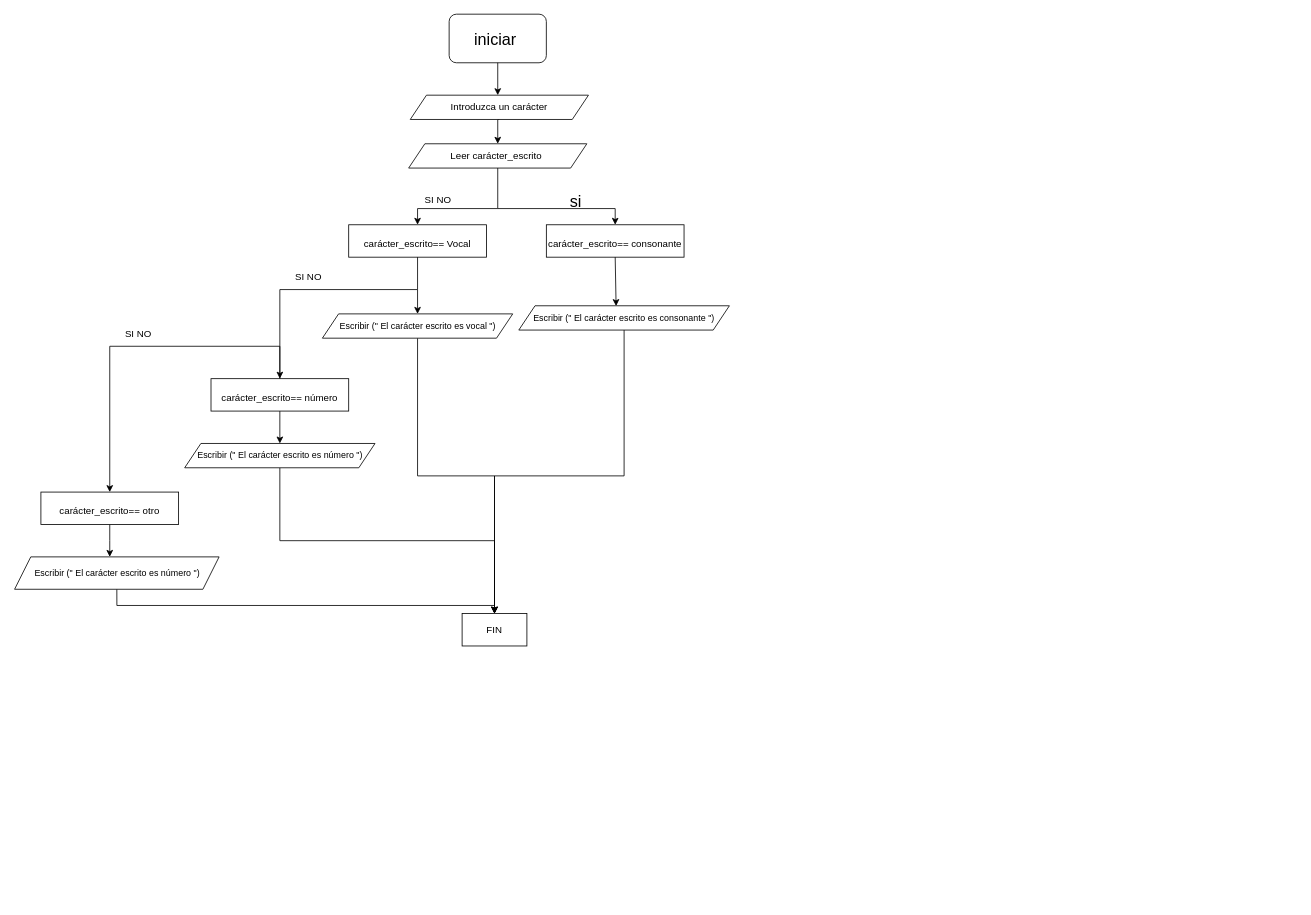
Before: Diagrama sin título.drawio in rreynarive/Templates, a draw.io diagram. Source tidied: cells renumbered, new cells numbered last; positions are measured from the earlier drawing's top-left corner, leaving out a move shared by most shapes. Both pictures are drawn from the tidied source at 81%, with x=0, y=0 at pixel (15, 14).
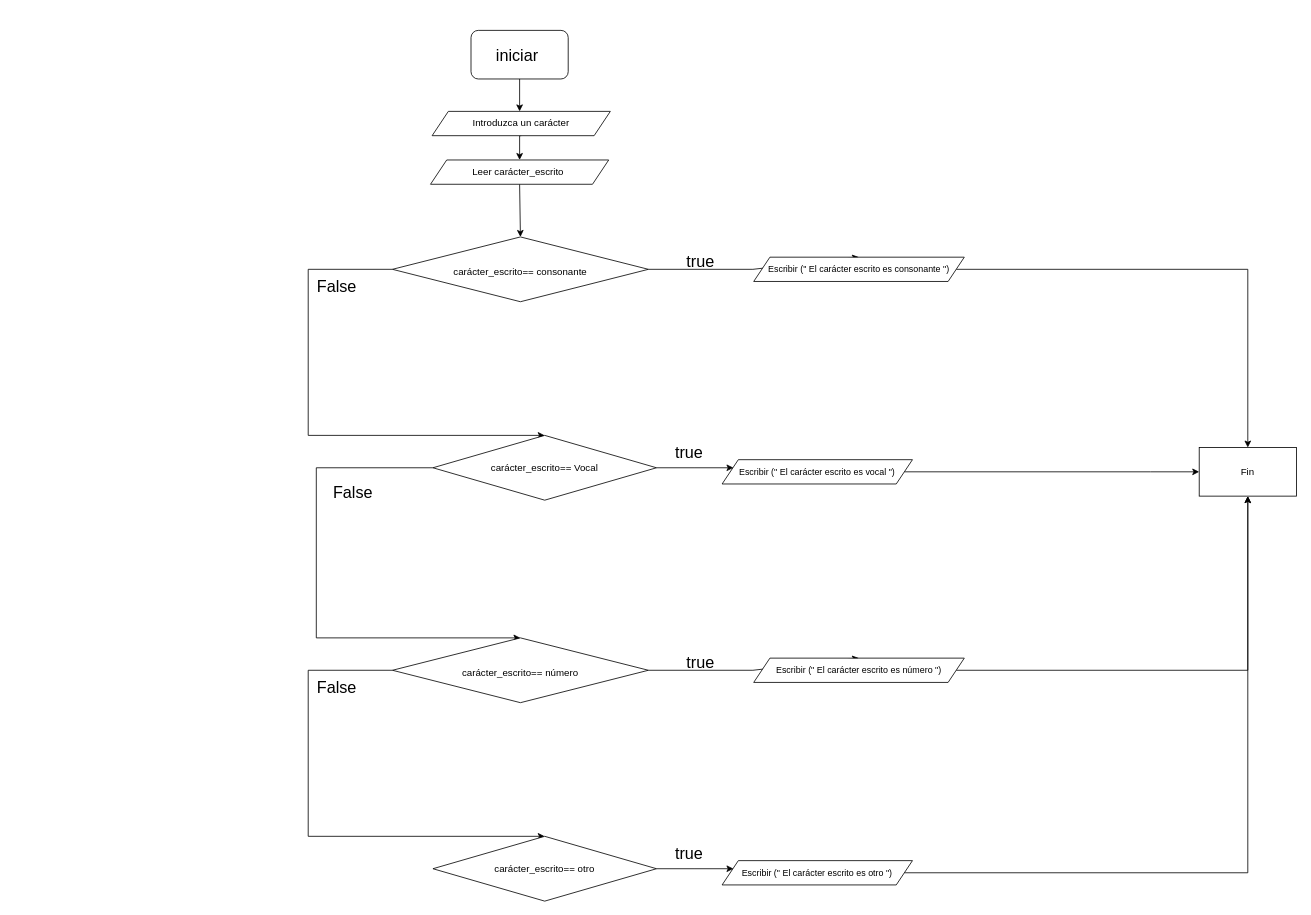
The same diagram, later.

Diff of the diagram source:
```diff
@@
+    <mxCell id="33" style="edgeStyle=orthogonalEdgeStyle;rounded=0;jettySize=auto;html=1;exitX=0;exitY=0.5;exitDx=0;exitDy=0;entryX=0.5;entryY=0;entryDx=0;entryDy=0;" parent="1" edge="1" source="7" target="15">
+      <mxGeometry relative="1" as="geometry">
+        <Array as="points">
+          <mxPoint x="362" y="315" />
+          <mxPoint x="362" y="520" />
+        </Array>
+      </mxGeometry>
+    </mxCell>
+    <mxCell id="7" value="&lt;span style=&quot;font-size: 12px;&quot;&gt;carácter_escrito== consonante&lt;/span&gt;" style="rhombus;whiteSpace=wrap;html=1;fontSize=20;" parent="1" vertex="1">
+      <mxGeometry x="466" y="275" width="316" height="80" as="geometry" />
+    </mxCell>
+    <mxCell id="8" style="endArrow=classic;html=1;rounded=0;fontSize=20;entryX=0.5;entryY=0;entryDx=0;entryDy=0;exitX=0.5;exitY=1;exitDx=0;exitDy=0;" parent="1" edge="1" source="9" target="7">
+      <mxGeometry relative="1" as="geometry" />
+    </mxCell>
+    <mxCell id="13" style="endArrow=classic;html=1;rounded=0;fontSize=20;exitX=1;exitY=0.5;exitDx=0;exitDy=0;entryX=0.5;entryY=0;entryDx=0;entryDy=0;" parent="1" edge="1" source="7" target="12">
+      <mxGeometry relative="1" as="geometry">
+        <Array as="points">
+          <mxPoint x="911" y="315" />
+        </Array>
+      </mxGeometry>
+    </mxCell>
+    <mxCell id="34" value="true" style="text;html=1;align=center;verticalAlign=middle;strokeColor=none;fillColor=none;fontSize=20;" parent="1" vertex="1">
+      <mxGeometry x="816" y="285" width="60" height="40" as="geometry" />
+    </mxCell>
+    <mxCell id="35" value="False" style="text;html=1;align=center;verticalAlign=middle;strokeColor=none;fillColor=none;fontSize=20;" parent="1" vertex="1">
+      <mxGeometry x="362" y="315" width="70" height="40" as="geometry" />
+    </mxCell>
+    <mxCell id="36" style="edgeStyle=orthogonalEdgeStyle;rounded=0;jettySize=auto;html=1;exitX=1;exitY=0.5;exitDx=0;exitDy=0;" parent="1" edge="1" source="12" target="52">
+      <mxGeometry relative="1" as="geometry" />
+    </mxCell>
+    <mxCell id="12" value="&lt;font style=&quot;font-size: 11px;&quot;&gt;Escribir (&quot; El carácter escrito es consonante &quot;)&lt;/font&gt;" style="shape=parallelogram;perimeter=parallelogramPerimeter;whiteSpace=wrap;html=1;fixedSize=1;" parent="1" vertex="1">
+      <mxGeometry x="912" y="300" width="260" height="30" as="geometry" />
+    </mxCell>
+    <mxCell id="37" style="edgeStyle=orthogonalEdgeStyle;rounded=0;jettySize=auto;html=1;exitX=1;exitY=0.5;exitDx=0;exitDy=0;entryX=0;entryY=0.5;entryDx=0;entryDy=0;" parent="1" edge="1" source="22" target="52">
+      <mxGeometry relative="1" as="geometry">
+        <Array as="points">
+          <mxPoint x="1402" y="565" />
+        </Array>
+      </mxGeometry>
+    </mxCell>
+    <mxCell id="22" value="&lt;font style=&quot;font-size: 11px;&quot;&gt;Escribir (&quot; El carácter escrito es vocal &quot;)&lt;/font&gt;" style="shape=parallelogram;perimeter=parallelogramPerimeter;whiteSpace=wrap;html=1;fixedSize=1;" parent="1" vertex="1">
+      <mxGeometry x="873" y="550" width="235" height="30" as="geometry" />
+    </mxCell>
+    <mxCell id="38" style="edgeStyle=orthogonalEdgeStyle;rounded=0;jettySize=auto;html=1;exitX=1;exitY=0.5;exitDx=0;exitDy=0;" parent="1" edge="1" source="15">
+      <mxGeometry relative="1" as="geometry">
+        <mxPoint x="887" y="560" as="targetPoint" />
+      </mxGeometry>
+    </mxCell>
+    <mxCell id="23" style="edgeStyle=orthogonalEdgeStyle;rounded=0;jettySize=auto;html=1;exitX=0;exitY=0.5;exitDx=0;exitDy=0;entryX=0.5;entryY=0;entryDx=0;entryDy=0;" parent="1" edge="1" source="15" target="18">
+      <mxGeometry relative="1" as="geometry">
+        <Array as="points">
+          <mxPoint x="372" y="560" />
+          <mxPoint x="372" y="770" />
+        </Array>
+      </mxGeometry>
+    </mxCell>
+    <mxCell id="15" value="carácter_escrito== Vocal" style="rhombus;whiteSpace=wrap;html=1;" parent="1" vertex="1">
+      <mxGeometry x="516" y="520" width="276" height="80" as="geometry" />
+    </mxCell>
+    <mxCell id="39" value="False" style="text;html=1;align=center;verticalAlign=middle;strokeColor=none;fillColor=none;fontSize=20;" parent="1" vertex="1">
+      <mxGeometry x="382" y="570" width="70" height="40" as="geometry" />
+    </mxCell>
+    <mxCell id="40" value="true" style="text;html=1;align=center;verticalAlign=middle;strokeColor=none;fillColor=none;fontSize=20;" parent="1" vertex="1">
+      <mxGeometry x="802" y="520" width="60" height="40" as="geometry" />
+    </mxCell>
+    <mxCell id="27" style="edgeStyle=orthogonalEdgeStyle;rounded=0;jettySize=auto;html=1;exitX=0;exitY=0.5;exitDx=0;exitDy=0;entryX=0.5;entryY=0;entryDx=0;entryDy=0;" parent="1" edge="1" source="18" target="20">
+      <mxGeometry relative="1" as="geometry">
+        <Array as="points">
+          <mxPoint x="362" y="810" />
+          <mxPoint x="362" y="1015" />
+        </Array>
+      </mxGeometry>
+    </mxCell>
+    <mxCell id="18" value="&lt;span style=&quot;font-size: 12px;&quot;&gt;carácter_escrito== número&lt;/span&gt;" style="rhombus;whiteSpace=wrap;html=1;fontSize=20;" parent="1" vertex="1">
+      <mxGeometry x="466" y="770" width="316" height="80" as="geometry" />
+    </mxCell>
+    <mxCell id="41" style="endArrow=classic;html=1;rounded=0;fontSize=20;exitX=1;exitY=0.5;exitDx=0;exitDy=0;entryX=0.5;entryY=0;entryDx=0;entryDy=0;" parent="1" edge="1" source="18" target="45">
+      <mxGeometry relative="1" as="geometry">
+        <Array as="points">
+          <mxPoint x="911" y="810" />
+        </Array>
+      </mxGeometry>
+    </mxCell>
+    <mxCell id="42" value="true" style="text;html=1;align=center;verticalAlign=middle;strokeColor=none;fillColor=none;fontSize=20;" parent="1" vertex="1">
+      <mxGeometry x="816" y="780" width="60" height="40" as="geometry" />
+    </mxCell>
+    <mxCell id="43" value="False" style="text;html=1;align=center;verticalAlign=middle;strokeColor=none;fillColor=none;fontSize=20;" parent="1" vertex="1">
+      <mxGeometry x="362" y="810" width="70" height="40" as="geometry" />
+    </mxCell>
+    <mxCell id="44" style="edgeStyle=orthogonalEdgeStyle;rounded=0;jettySize=auto;html=1;exitX=1;exitY=0.5;exitDx=0;exitDy=0;entryX=0.5;entryY=1;entryDx=0;entryDy=0;" parent="1" edge="1" source="45" target="52">
+      <mxGeometry relative="1" as="geometry" />
+    </mxCell>
+    <mxCell id="45" value="&lt;font style=&quot;font-size: 11px;&quot;&gt;Escribir (&quot; El carácter escrito es número &quot;)&lt;/font&gt;" style="shape=parallelogram;perimeter=parallelogramPerimeter;whiteSpace=wrap;html=1;fixedSize=1;" parent="1" vertex="1">
+      <mxGeometry x="912" y="795" width="260" height="30" as="geometry" />
+    </mxCell>
+    <mxCell id="46" style="edgeStyle=orthogonalEdgeStyle;rounded=0;jettySize=auto;html=1;exitX=1;exitY=0.5;exitDx=0;exitDy=0;entryX=0.5;entryY=1;entryDx=0;entryDy=0;" parent="1" edge="1" source="47" target="52">
+      <mxGeometry relative="1" as="geometry" />
+    </mxCell>
+    <mxCell id="47" value="&lt;font style=&quot;font-size: 11px;&quot;&gt;Escribir (&quot; El carácter escrito es otro &quot;)&lt;/font&gt;" style="shape=parallelogram;perimeter=parallelogramPerimeter;whiteSpace=wrap;html=1;fixedSize=1;" parent="1" vertex="1">
+      <mxGeometry x="873" y="1045" width="235" height="30" as="geometry" />
+    </mxCell>
+    <mxCell id="48" style="edgeStyle=orthogonalEdgeStyle;rounded=0;jettySize=auto;html=1;exitX=1;exitY=0.5;exitDx=0;exitDy=0;" parent="1" edge="1" source="20">
+      <mxGeometry relative="1" as="geometry">
+        <mxPoint x="887" y="1055" as="targetPoint" />
+      </mxGeometry>
+    </mxCell>
+    <mxCell id="20" value="carácter_escrito== otro" style="rhombus;whiteSpace=wrap;html=1;" parent="1" vertex="1">
+      <mxGeometry x="516" y="1015" width="276" height="80" as="geometry" />
+    </mxCell>
+    <mxCell id="49" value="true" style="text;html=1;align=center;verticalAlign=middle;strokeColor=none;fillColor=none;fontSize=20;" parent="1" vertex="1">
+      <mxGeometry x="802" y="1015" width="60" height="40" as="geometry" />
+    </mxCell>
     <mxCell id="2" value="&lt;font style=&quot;font-size: 20px;&quot;&gt;iniciar&amp;nbsp;&lt;/font&gt;" style="rounded=1;whiteSpace=wrap;html=1;" parent="1" vertex="1">
-      <mxGeometry x="536" width="120" height="60" as="geometry" />
+      <mxGeometry x="563" y="20" width="120" height="60" as="geometry" />
     </mxCell>
-    <mxCell id="3" style="endArrow=classic;html=1;rounded=0;fontSize=20;exitX=0.5;exitY=1;exitDx=0;exitDy=0;" parent="1" edge="1" source="2">
-      <mxGeometry relative="1" as="geometry">
-        <mxPoint x="596" y="100" as="targetPoint" />
-      </mxGeometry>
-    </mxCell>
+    <mxCell id="50" style="endArrow=classic;html=1;rounded=0;fontSize=20;exitX=0.5;exitY=1;exitDx=0;exitDy=0;" parent="1" edge="1" source="2">
+      <mxGeometry relative="1" as="geometry">
+        <mxPoint x="623" y="120" as="targetPoint" />
+      </mxGeometry>
+    </mxCell>
@@
     <mxCell id="5" value="Introduzca un carácter" style="shape=parallelogram;perimeter=parallelogramPerimeter;whiteSpace=wrap;html=1;fixedSize=1;" parent="1" vertex="1">
-      <mxGeometry x="488" y="100" width="220" height="30" as="geometry" />
+      <mxGeometry x="515" y="120" width="220" height="30" as="geometry" />
     </mxCell>
-    <mxCell id="6" style="endArrow=classic;html=1;rounded=0;fontSize=20;startArrow=none;" parent="1" edge="1" source="9">
-      <mxGeometry relative="1" as="geometry">
-        <mxPoint x="594" y="170" as="targetPoint" />
-      </mxGeometry>
-    </mxCell>
-    <mxCell id="7" value="&lt;font style=&quot;font-size: 12px;&quot;&gt;carácter_escrito== consonante&lt;/font&gt;" style="rounded=0;whiteSpace=wrap;html=1;fontSize=20;" parent="1" vertex="1">
-      <mxGeometry x="656" y="260" width="170" height="40" as="geometry" />
-    </mxCell>
-    <mxCell id="8" style="endArrow=classic;html=1;rounded=0;fontSize=20;entryX=0.5;entryY=0;entryDx=0;entryDy=0;exitX=0.5;exitY=1;exitDx=0;exitDy=0;" parent="1" edge="1" source="9" target="7">
-      <mxGeometry relative="1" as="geometry">
-        <Array as="points">
-          <mxPoint x="596" y="240" />
-          <mxPoint x="741" y="240" />
-        </Array>
-      </mxGeometry>
-    </mxCell>
+    <mxCell id="51" style="endArrow=classic;html=1;rounded=0;fontSize=20;startArrow=none;" parent="1" edge="1" source="9">
+      <mxGeometry relative="1" as="geometry">
+        <mxPoint x="621" y="190" as="targetPoint" />
+      </mxGeometry>
+    </mxCell>
     <mxCell id="9" value="Leer carácter_escrito&amp;nbsp;" style="shape=parallelogram;perimeter=parallelogramPerimeter;whiteSpace=wrap;html=1;fixedSize=1;" parent="1" vertex="1">
-      <mxGeometry x="486" y="160" width="220" height="30" as="geometry" />
+      <mxGeometry x="513" y="180" width="220" height="30" as="geometry" />
     </mxCell>
-    <mxCell id="10" value="&lt;font style=&quot;font-size: 20px;&quot;&gt;si&lt;/font&gt;" style="text;html=1;align=center;verticalAlign=middle;strokeColor=none;fillColor=none;" parent="1" vertex="1">
-      <mxGeometry x="672" y="210" width="40" height="40" as="geometry" />
-    </mxCell>
-    <mxCell id="11" style="edgeStyle=orthogonalEdgeStyle;rounded=0;jettySize=auto;html=1;exitX=0.5;exitY=1;exitDx=0;exitDy=0;entryX=0.5;entryY=0;entryDx=0;entryDy=0;" parent="1" edge="1" source="12" target="32">
-      <mxGeometry relative="1" as="geometry">
-        <Array as="points">
-          <mxPoint x="752" y="570" />
-          <mxPoint x="592" y="570" />
-        </Array>
-      </mxGeometry>
-    </mxCell>
-    <mxCell id="12" value="&lt;font style=&quot;font-size: 11px;&quot;&gt;Escribir (&quot; El carácter escrito es consonante &quot;)&lt;/font&gt;" style="shape=parallelogram;perimeter=parallelogramPerimeter;whiteSpace=wrap;html=1;fixedSize=1;" parent="1" vertex="1">
-      <mxGeometry x="622" y="360" width="260" height="30" as="geometry" />
-    </mxCell>
-    <mxCell id="13" style="endArrow=classic;html=1;rounded=0;fontSize=12;exitX=0.5;exitY=1;exitDx=0;exitDy=0;entryX=0.462;entryY=0.011;entryDx=0;entryDy=0;entryPerimeter=0;" parent="1" edge="1" source="7" target="12">
-      <mxGeometry relative="1" as="geometry" />
-    </mxCell>
-    <mxCell id="14" style="endArrow=classic;html=1;rounded=0;entryX=0.5;entryY=0;entryDx=0;entryDy=0;" parent="1" edge="1" target="15">
-      <mxGeometry relative="1" as="geometry">
-        <mxPoint x="596" y="240" as="sourcePoint" />
-        <Array as="points">
-          <mxPoint x="497" y="240" />
-        </Array>
-      </mxGeometry>
-    </mxCell>
-    <mxCell id="15" value="&lt;font style=&quot;font-size: 12px;&quot;&gt;carácter_escrito== Vocal&lt;/font&gt;" style="rounded=0;whiteSpace=wrap;html=1;fontSize=20;" parent="1" vertex="1">
-      <mxGeometry x="412" y="260" width="170" height="40" as="geometry" />
-    </mxCell>
-    <mxCell id="16" value="SI NO" style="text;html=1;align=center;verticalAlign=middle;strokeColor=none;fillColor=none;" parent="1" vertex="1">
-      <mxGeometry x="492" y="215" width="60" height="30" as="geometry" />
-    </mxCell>
-    <mxCell id="17" style="edgeStyle=orthogonalEdgeStyle;rounded=0;jettySize=auto;html=1;exitX=0.5;exitY=1;exitDx=0;exitDy=0;entryX=0.5;entryY=0;entryDx=0;entryDy=0;" parent="1" edge="1" source="18" target="26">
-      <mxGeometry relative="1" as="geometry" />
-    </mxCell>
-    <mxCell id="18" value="&lt;font style=&quot;font-size: 12px;&quot;&gt;carácter_escrito== número&lt;/font&gt;" style="rounded=0;whiteSpace=wrap;html=1;fontSize=20;" parent="1" vertex="1">
-      <mxGeometry x="242" y="450" width="170" height="40" as="geometry" />
-    </mxCell>
-    <mxCell id="19" style="edgeStyle=orthogonalEdgeStyle;rounded=0;jettySize=auto;html=1;exitX=0.5;exitY=1;exitDx=0;exitDy=0;" parent="1" edge="1" source="20">
-      <mxGeometry relative="1" as="geometry">
-        <mxPoint x="117" y="670" as="targetPoint" />
-      </mxGeometry>
-    </mxCell>
-    <mxCell id="20" value="&lt;font style=&quot;font-size: 12px;&quot;&gt;carácter_escrito== otro&lt;/font&gt;" style="rounded=0;whiteSpace=wrap;html=1;fontSize=20;" parent="1" vertex="1">
-      <mxGeometry x="32" y="590" width="170" height="40" as="geometry" />
-    </mxCell>
-    <mxCell id="21" style="edgeStyle=orthogonalEdgeStyle;rounded=0;jettySize=auto;html=1;exitX=0.5;exitY=1;exitDx=0;exitDy=0;entryX=0.5;entryY=0;entryDx=0;entryDy=0;" parent="1" edge="1" source="22" target="32">
-      <mxGeometry relative="1" as="geometry" />
-    </mxCell>
-    <mxCell id="22" value="&lt;font style=&quot;font-size: 11px;&quot;&gt;Escribir (&quot; El carácter escrito es vocal &quot;)&lt;/font&gt;" style="shape=parallelogram;perimeter=parallelogramPerimeter;whiteSpace=wrap;html=1;fixedSize=1;" parent="1" vertex="1">
-      <mxGeometry x="379.5" y="370" width="235" height="30" as="geometry" />
-    </mxCell>
-    <mxCell id="23" style="endArrow=classic;html=1;rounded=0;exitX=0.5;exitY=1;exitDx=0;exitDy=0;entryX=0.5;entryY=0;entryDx=0;entryDy=0;" parent="1" edge="1" source="15" target="18">
-      <mxGeometry relative="1" as="geometry">
-        <Array as="points">
-          <mxPoint x="497" y="340" />
-          <mxPoint x="327" y="340" />
-        </Array>
-      </mxGeometry>
-    </mxCell>
-    <mxCell id="24" style="endArrow=classic;html=1;rounded=0;entryX=0.5;entryY=0;entryDx=0;entryDy=0;" parent="1" edge="1" target="22">
-      <mxGeometry relative="1" as="geometry">
-        <mxPoint x="497" y="340" as="sourcePoint" />
-      </mxGeometry>
-    </mxCell>
-    <mxCell id="25" style="edgeStyle=orthogonalEdgeStyle;rounded=0;jettySize=auto;html=1;exitX=0.5;exitY=1;exitDx=0;exitDy=0;entryX=0.5;entryY=0;entryDx=0;entryDy=0;" parent="1" edge="1" source="26" target="32">
-      <mxGeometry relative="1" as="geometry" />
-    </mxCell>
-    <mxCell id="26" value="&lt;font style=&quot;font-size: 11px;&quot;&gt;Escribir (&quot; El carácter escrito es número &quot;)&lt;/font&gt;" style="shape=parallelogram;perimeter=parallelogramPerimeter;whiteSpace=wrap;html=1;fixedSize=1;" parent="1" vertex="1">
-      <mxGeometry x="209.5" y="530" width="235" height="30" as="geometry" />
-    </mxCell>
-    <mxCell id="27" style="endArrow=classic;html=1;rounded=0;entryX=0.5;entryY=0;entryDx=0;entryDy=0;exitX=0.5;exitY=0;exitDx=0;exitDy=0;" parent="1" edge="1" source="18" target="20">
-      <mxGeometry relative="1" as="geometry">
-        <Array as="points">
-          <mxPoint x="327" y="410" />
-          <mxPoint x="117" y="410" />
-        </Array>
-      </mxGeometry>
-    </mxCell>
-    <mxCell id="28" value="SI NO" style="text;html=1;align=center;verticalAlign=middle;strokeColor=none;fillColor=none;" parent="1" vertex="1">
-      <mxGeometry x="332" y="310" width="60" height="30" as="geometry" />
-    </mxCell>
-    <mxCell id="29" value="SI NO" style="text;html=1;align=center;verticalAlign=middle;strokeColor=none;fillColor=none;" parent="1" vertex="1">
-      <mxGeometry x="122" y="380" width="60" height="30" as="geometry" />
-    </mxCell>
-    <mxCell id="30" style="edgeStyle=orthogonalEdgeStyle;rounded=0;jettySize=auto;html=1;exitX=0.5;exitY=1;exitDx=0;exitDy=0;" parent="1" edge="1" source="31">
-      <mxGeometry relative="1" as="geometry">
-        <mxPoint x="592" y="740" as="targetPoint" />
-        <Array as="points">
-          <mxPoint x="126" y="730" />
-          <mxPoint x="592" y="730" />
-        </Array>
-      </mxGeometry>
-    </mxCell>
-    <mxCell id="31" value="&lt;font style=&quot;font-size: 11px;&quot;&gt;Escribir (&quot; El carácter escrito es número &quot;)&lt;/font&gt;" style="shape=parallelogram;perimeter=parallelogramPerimeter;whiteSpace=wrap;html=1;fixedSize=1;" parent="1" vertex="1">
-      <mxGeometry x="-0.5" y="670" width="252.5" height="40" as="geometry" />
-    </mxCell>
-    <mxCell id="32" value="FIN" style="rounded=0;whiteSpace=wrap;html=1;" parent="1" vertex="1">
-      <mxGeometry x="552" y="740" width="80" height="40" as="geometry" />
-    </mxCell>
+    <mxCell id="52" value="Fin" style="rounded=0;whiteSpace=wrap;html=1;" parent="1" vertex="1">
+      <mxGeometry x="1462" y="535" width="120" height="60" as="geometry" />
+    </mxCell>
```
